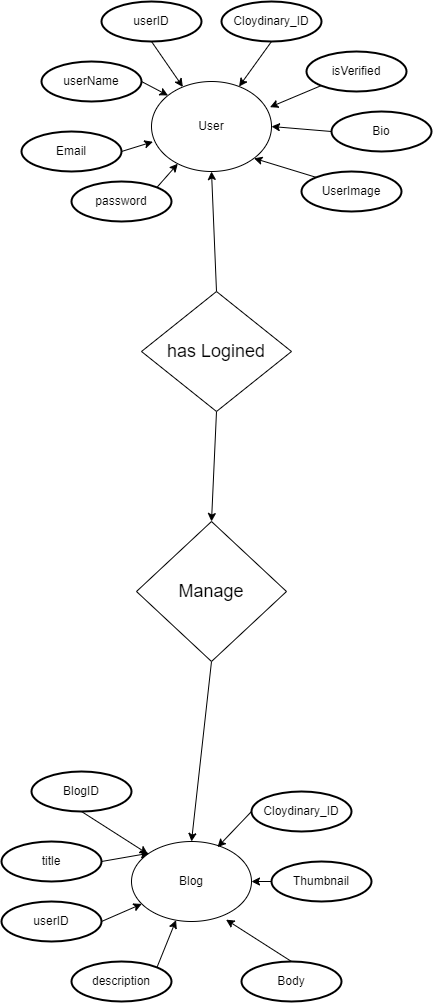
Above: docs/er-diagram.png in Ajitpatil92002/Blog-Minia (draw.io), before the change. Source tidied: cells renumbered, new cells last; positions are measured from the earlier drawing's top-left corner, leaving out a move shared by most shapes.
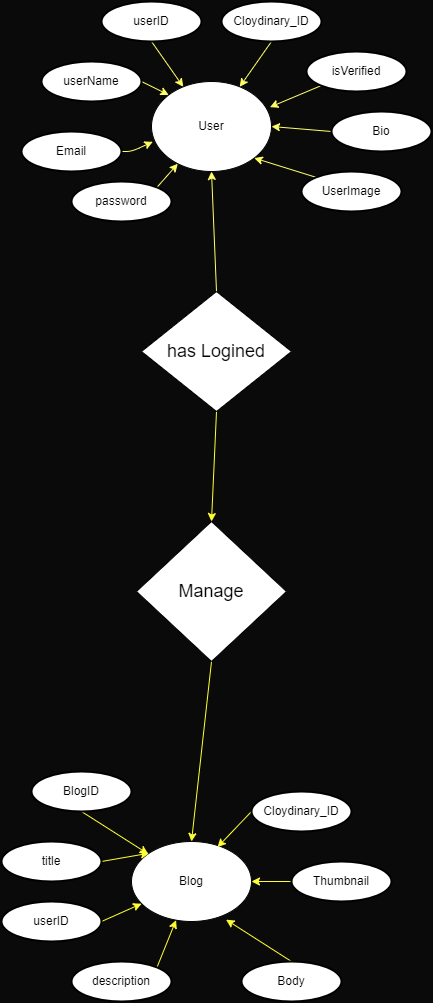
After the commit.

Diff of the diagram source:
```diff
@@ -1,17 +1,17 @@
-<mxGraphModel>
+<mxGraphModel background="#0a0a0a">
   <root>
     <mxCell id="0" />
     <mxCell id="1" parent="0" />
-    <mxCell id="2" style="edgeStyle=none;html=1;exitX=0.5;exitY=0;exitDx=0;exitDy=0;fontSize=18;entryX=0.5;entryY=1;entryDx=0;entryDy=0;" parent="1" edge="1" source="4" target="24">
+    <mxCell id="2" style="edgeStyle=none;html=1;exitX=0.5;exitY=0;exitDx=0;exitDy=0;fontSize=18;entryX=0.5;entryY=1;entryDx=0;entryDy=0;strokeColor=#FFFF66;" parent="1" edge="1" source="4" target="24">
       <mxGeometry relative="1" as="geometry" />
     </mxCell>
-    <mxCell id="3" style="edgeStyle=none;html=1;exitX=0.5;exitY=1;exitDx=0;exitDy=0;entryX=0.5;entryY=0;entryDx=0;entryDy=0;fontSize=18;" parent="1" edge="1" source="4" target="21">
+    <mxCell id="3" style="edgeStyle=none;html=1;exitX=0.5;exitY=1;exitDx=0;exitDy=0;entryX=0.5;entryY=0;entryDx=0;entryDy=0;fontSize=18;shadow=0;strokeColor=#FFFF33;" parent="1" edge="1" source="4" target="21">
       <mxGeometry relative="1" as="geometry" />
     </mxCell>
     <mxCell id="4" value="has Logined" style="rhombus;whiteSpace=wrap;html=1;fontSize=18;" parent="1" vertex="1">
       <mxGeometry x="140" y="290" width="150" height="120" as="geometry" />
     </mxCell>
-    <mxCell id="5" style="edgeStyle=none;html=1;exitX=0.5;exitY=1;exitDx=0;exitDy=0;exitPerimeter=0;fontSize=18;" parent="1" edge="1" source="6" target="7">
+    <mxCell id="5" style="edgeStyle=none;html=1;exitX=0.5;exitY=1;exitDx=0;exitDy=0;exitPerimeter=0;fontSize=18;strokeColor=#FFFF33;" parent="1" edge="1" source="6" target="7">
       <mxGeometry relative="1" as="geometry" />
     </mxCell>
     <mxCell id="6" value="BlogID" style="strokeWidth=2;html=1;shape=mxgraph.flowchart.start_1;whiteSpace=wrap;" parent="1" vertex="1">
@@ -20,49 +20,49 @@
     <mxCell id="7" value="Blog" style="ellipse;whiteSpace=wrap;html=1;" parent="1" vertex="1">
       <mxGeometry x="130" y="840" width="120" height="80" as="geometry" />
     </mxCell>
-    <mxCell id="8" style="edgeStyle=none;html=1;exitX=1;exitY=0.5;exitDx=0;exitDy=0;exitPerimeter=0;entryX=0;entryY=0;entryDx=0;entryDy=0;fontSize=18;" parent="1" edge="1" source="9" target="7">
+    <mxCell id="8" style="edgeStyle=none;html=1;exitX=1;exitY=0.5;exitDx=0;exitDy=0;exitPerimeter=0;entryX=0;entryY=0;entryDx=0;entryDy=0;fontSize=18;strokeColor=#FFFF33;" parent="1" edge="1" source="9" target="7">
       <mxGeometry relative="1" as="geometry" />
     </mxCell>
     <mxCell id="9" value="title" style="strokeWidth=2;html=1;shape=mxgraph.flowchart.start_1;whiteSpace=wrap;" parent="1" vertex="1">
       <mxGeometry y="840" width="100" height="40" as="geometry" />
     </mxCell>
-    <mxCell id="10" style="edgeStyle=none;html=1;exitX=0.855;exitY=0.145;exitDx=0;exitDy=0;exitPerimeter=0;fontSize=18;" parent="1" edge="1" source="11" target="7">
+    <mxCell id="10" style="edgeStyle=none;html=1;exitX=0.855;exitY=0.145;exitDx=0;exitDy=0;exitPerimeter=0;fontSize=18;strokeColor=#FFFF33;" parent="1" edge="1" source="11" target="7">
       <mxGeometry relative="1" as="geometry" />
     </mxCell>
     <mxCell id="11" value="description" style="strokeWidth=2;html=1;shape=mxgraph.flowchart.start_1;whiteSpace=wrap;" parent="1" vertex="1">
       <mxGeometry x="70" y="960" width="100" height="40" as="geometry" />
     </mxCell>
-    <mxCell id="12" style="edgeStyle=none;html=1;exitX=0.5;exitY=0;exitDx=0;exitDy=0;exitPerimeter=0;entryX=0.788;entryY=0.977;entryDx=0;entryDy=0;fontSize=18;entryPerimeter=0;" parent="1" edge="1" source="13" target="7">
+    <mxCell id="12" style="edgeStyle=none;html=1;exitX=0.5;exitY=0;exitDx=0;exitDy=0;exitPerimeter=0;entryX=0.788;entryY=0.977;entryDx=0;entryDy=0;fontSize=18;entryPerimeter=0;strokeColor=#FFFF33;" parent="1" edge="1" source="13" target="7">
       <mxGeometry relative="1" as="geometry" />
     </mxCell>
     <mxCell id="13" value="Body" style="strokeWidth=2;html=1;shape=mxgraph.flowchart.start_1;whiteSpace=wrap;" parent="1" vertex="1">
       <mxGeometry x="240" y="960" width="100" height="40" as="geometry" />
     </mxCell>
-    <mxCell id="14" style="edgeStyle=none;html=1;exitX=0;exitY=0.5;exitDx=0;exitDy=0;exitPerimeter=0;entryX=1;entryY=0.5;entryDx=0;entryDy=0;fontSize=18;" parent="1" edge="1" source="15" target="7">
+    <mxCell id="14" style="edgeStyle=none;html=1;exitX=0;exitY=0.5;exitDx=0;exitDy=0;exitPerimeter=0;entryX=1;entryY=0.5;entryDx=0;entryDy=0;fontSize=18;strokeColor=#FFFF33;" parent="1" edge="1" source="15" target="7">
       <mxGeometry relative="1" as="geometry" />
     </mxCell>
     <mxCell id="15" value="Thumbnail" style="strokeWidth=2;html=1;shape=mxgraph.flowchart.start_1;whiteSpace=wrap;" parent="1" vertex="1">
-      <mxGeometry x="270" y="860" width="100" height="40" as="geometry" />
+      <mxGeometry x="290" y="860" width="100" height="40" as="geometry" />
     </mxCell>
-    <mxCell id="16" style="edgeStyle=none;html=1;exitX=0;exitY=0.5;exitDx=0;exitDy=0;exitPerimeter=0;entryX=0.717;entryY=0.07;entryDx=0;entryDy=0;entryPerimeter=0;fontSize=18;" parent="1" edge="1" source="17" target="7">
+    <mxCell id="16" style="edgeStyle=none;html=1;exitX=0;exitY=0.5;exitDx=0;exitDy=0;exitPerimeter=0;entryX=0.717;entryY=0.07;entryDx=0;entryDy=0;entryPerimeter=0;fontSize=18;strokeColor=#FFFF33;" parent="1" edge="1" source="17" target="7">
       <mxGeometry relative="1" as="geometry" />
     </mxCell>
     <mxCell id="17" value="Cloydinary_ID" style="strokeWidth=2;html=1;shape=mxgraph.flowchart.start_1;whiteSpace=wrap;" parent="1" vertex="1">
       <mxGeometry x="250" y="790" width="100" height="40" as="geometry" />
     </mxCell>
-    <mxCell id="18" style="edgeStyle=none;html=1;exitX=1;exitY=0.5;exitDx=0;exitDy=0;exitPerimeter=0;fontSize=18;" parent="1" edge="1" source="19" target="7">
+    <mxCell id="18" style="edgeStyle=none;html=1;exitX=1;exitY=0.5;exitDx=0;exitDy=0;exitPerimeter=0;fontSize=18;strokeColor=#FFFF33;" parent="1" edge="1" source="19" target="7">
       <mxGeometry relative="1" as="geometry" />
     </mxCell>
     <mxCell id="19" value="userID" style="strokeWidth=2;html=1;shape=mxgraph.flowchart.start_1;whiteSpace=wrap;" parent="1" vertex="1">
       <mxGeometry y="900" width="100" height="40" as="geometry" />
     </mxCell>
-    <mxCell id="20" style="edgeStyle=none;html=1;exitX=0.5;exitY=1;exitDx=0;exitDy=0;entryX=0.5;entryY=0;entryDx=0;entryDy=0;fontSize=18;" parent="1" edge="1" source="21" target="7">
+    <mxCell id="20" style="edgeStyle=none;html=1;exitX=0.5;exitY=1;exitDx=0;exitDy=0;entryX=0.5;entryY=0;entryDx=0;entryDy=0;fontSize=18;strokeColor=#FFFF33;" parent="1" edge="1" source="21" target="7">
       <mxGeometry relative="1" as="geometry" />
     </mxCell>
     <mxCell id="21" value="Manage" style="rhombus;whiteSpace=wrap;html=1;fontSize=18;" parent="1" vertex="1">
       <mxGeometry x="135" y="520" width="150" height="140" as="geometry" />
     </mxCell>
-    <mxCell id="22" style="edgeStyle=none;html=1;exitX=0.5;exitY=1;exitDx=0;exitDy=0;exitPerimeter=0;fontSize=18;" parent="1" edge="1" source="23" target="24">
+    <mxCell id="22" style="edgeStyle=none;html=1;exitX=0.5;exitY=1;exitDx=0;exitDy=0;exitPerimeter=0;fontSize=18;strokeColor=#FFFF66;" parent="1" edge="1" source="23" target="24">
       <mxGeometry relative="1" as="geometry" />
     </mxCell>
     <mxCell id="23" value="userID" style="strokeWidth=2;html=1;shape=mxgraph.flowchart.start_1;whiteSpace=wrap;" parent="1" vertex="1">
@@ -71,25 +71,29 @@
     <mxCell id="24" value="User" style="ellipse;whiteSpace=wrap;html=1;" parent="1" vertex="1">
       <mxGeometry x="150" y="80" width="120" height="90" as="geometry" />
     </mxCell>
-    <mxCell id="25" style="edgeStyle=none;html=1;exitX=1;exitY=0.5;exitDx=0;exitDy=0;exitPerimeter=0;entryX=0;entryY=0;entryDx=0;entryDy=0;fontSize=18;" parent="1" edge="1" source="26" target="24">
+    <mxCell id="25" style="edgeStyle=none;html=1;exitX=1;exitY=0.5;exitDx=0;exitDy=0;exitPerimeter=0;entryX=0;entryY=0;entryDx=0;entryDy=0;fontSize=18;strokeColor=#FFFF66;" parent="1" edge="1" source="26" target="24">
       <mxGeometry relative="1" as="geometry" />
     </mxCell>
     <mxCell id="26" value="userName" style="strokeWidth=2;html=1;shape=mxgraph.flowchart.start_1;whiteSpace=wrap;" parent="1" vertex="1">
       <mxGeometry x="40" y="60" width="100" height="40" as="geometry" />
     </mxCell>
-    <mxCell id="27" style="edgeStyle=none;html=1;exitX=1;exitY=0.5;exitDx=0;exitDy=0;exitPerimeter=0;entryX=0.011;entryY=0.67;entryDx=0;entryDy=0;entryPerimeter=0;fontSize=18;" parent="1" edge="1" source="28" target="24">
-      <mxGeometry relative="1" as="geometry" />
+    <mxCell id="27" style="edgeStyle=none;html=1;exitX=1;exitY=0.5;exitDx=0;exitDy=0;exitPerimeter=0;entryX=0.011;entryY=0.67;entryDx=0;entryDy=0;entryPerimeter=0;fontSize=18;strokeColor=#FFFF66;" parent="1" edge="1" source="28" target="24">
+      <mxGeometry relative="1" as="geometry">
+        <Array as="points">
+          <mxPoint x="130" y="150" />
+        </Array>
+      </mxGeometry>
     </mxCell>
     <mxCell id="28" value="Email" style="strokeWidth=2;html=1;shape=mxgraph.flowchart.start_1;whiteSpace=wrap;" parent="1" vertex="1">
       <mxGeometry x="20" y="130" width="100" height="40" as="geometry" />
     </mxCell>
-    <mxCell id="29" style="edgeStyle=none;html=1;exitX=0.855;exitY=0.145;exitDx=0;exitDy=0;exitPerimeter=0;fontSize=18;" parent="1" edge="1" source="30" target="24">
+    <mxCell id="29" style="edgeStyle=none;html=1;exitX=0.855;exitY=0.145;exitDx=0;exitDy=0;exitPerimeter=0;fontSize=18;strokeColor=#FFFF66;" parent="1" edge="1" source="30" target="24">
       <mxGeometry relative="1" as="geometry" />
     </mxCell>
     <mxCell id="30" value="password" style="strokeWidth=2;html=1;shape=mxgraph.flowchart.start_1;whiteSpace=wrap;" parent="1" vertex="1">
       <mxGeometry x="70" y="180" width="100" height="40" as="geometry" />
     </mxCell>
-    <mxCell id="31" style="edgeStyle=none;html=1;exitX=0.145;exitY=0.145;exitDx=0;exitDy=0;exitPerimeter=0;entryX=1;entryY=1;entryDx=0;entryDy=0;fontSize=18;" parent="1" edge="1" source="32" target="24">
+    <mxCell id="31" style="edgeStyle=none;html=1;exitX=0.145;exitY=0.145;exitDx=0;exitDy=0;exitPerimeter=0;entryX=1;entryY=1;entryDx=0;entryDy=0;fontSize=18;strokeColor=#FFFF66;" parent="1" edge="1" source="32" target="24">
       <mxGeometry relative="1" as="geometry" />
     </mxCell>
     <mxCell id="32" value="UserImage" style="strokeWidth=2;html=1;shape=mxgraph.flowchart.start_1;whiteSpace=wrap;" parent="1" vertex="1">
@@ -100,19 +104,19 @@
         <mxPoint x="370" y="140" as="targetPoint" />
       </mxGeometry>
     </mxCell>
-    <mxCell id="34" style="edgeStyle=none;html=1;exitX=0;exitY=0.5;exitDx=0;exitDy=0;exitPerimeter=0;entryX=1;entryY=0.5;entryDx=0;entryDy=0;fontSize=18;" parent="1" edge="1" source="35" target="24">
+    <mxCell id="34" style="edgeStyle=none;html=1;exitX=0;exitY=0.5;exitDx=0;exitDy=0;exitPerimeter=0;entryX=1;entryY=0.5;entryDx=0;entryDy=0;fontSize=18;strokeColor=#FFFF66;" parent="1" edge="1" source="35" target="24">
       <mxGeometry relative="1" as="geometry" />
     </mxCell>
     <mxCell id="35" value="Bio" style="strokeWidth=2;html=1;shape=mxgraph.flowchart.start_1;whiteSpace=wrap;" parent="1" vertex="1">
       <mxGeometry x="330" y="110" width="100" height="40" as="geometry" />
     </mxCell>
-    <mxCell id="36" style="edgeStyle=none;html=1;exitX=0.145;exitY=0.855;exitDx=0;exitDy=0;exitPerimeter=0;entryX=0.987;entryY=0.285;entryDx=0;entryDy=0;entryPerimeter=0;fontSize=18;" parent="1" edge="1" source="37" target="24">
+    <mxCell id="36" style="edgeStyle=none;html=1;exitX=0.145;exitY=0.855;exitDx=0;exitDy=0;exitPerimeter=0;entryX=0.987;entryY=0.285;entryDx=0;entryDy=0;entryPerimeter=0;fontSize=18;strokeColor=#FFFF66;" parent="1" edge="1" source="37" target="24">
       <mxGeometry relative="1" as="geometry" />
     </mxCell>
     <mxCell id="37" value="isVerified" style="strokeWidth=2;html=1;shape=mxgraph.flowchart.start_1;whiteSpace=wrap;" parent="1" vertex="1">
       <mxGeometry x="305" y="50" width="100" height="40" as="geometry" />
     </mxCell>
-    <mxCell id="38" style="edgeStyle=none;html=1;exitX=0.5;exitY=1;exitDx=0;exitDy=0;exitPerimeter=0;fontSize=18;" parent="1" edge="1" source="39" target="24">
+    <mxCell id="38" style="edgeStyle=none;html=1;exitX=0.5;exitY=1;exitDx=0;exitDy=0;exitPerimeter=0;fontSize=18;strokeColor=#FFFF66;" parent="1" edge="1" source="39" target="24">
       <mxGeometry relative="1" as="geometry" />
     </mxCell>
     <mxCell id="39" value="Cloydinary_ID" style="strokeWidth=2;html=1;shape=mxgraph.flowchart.start_1;whiteSpace=wrap;" parent="1" vertex="1">
```
